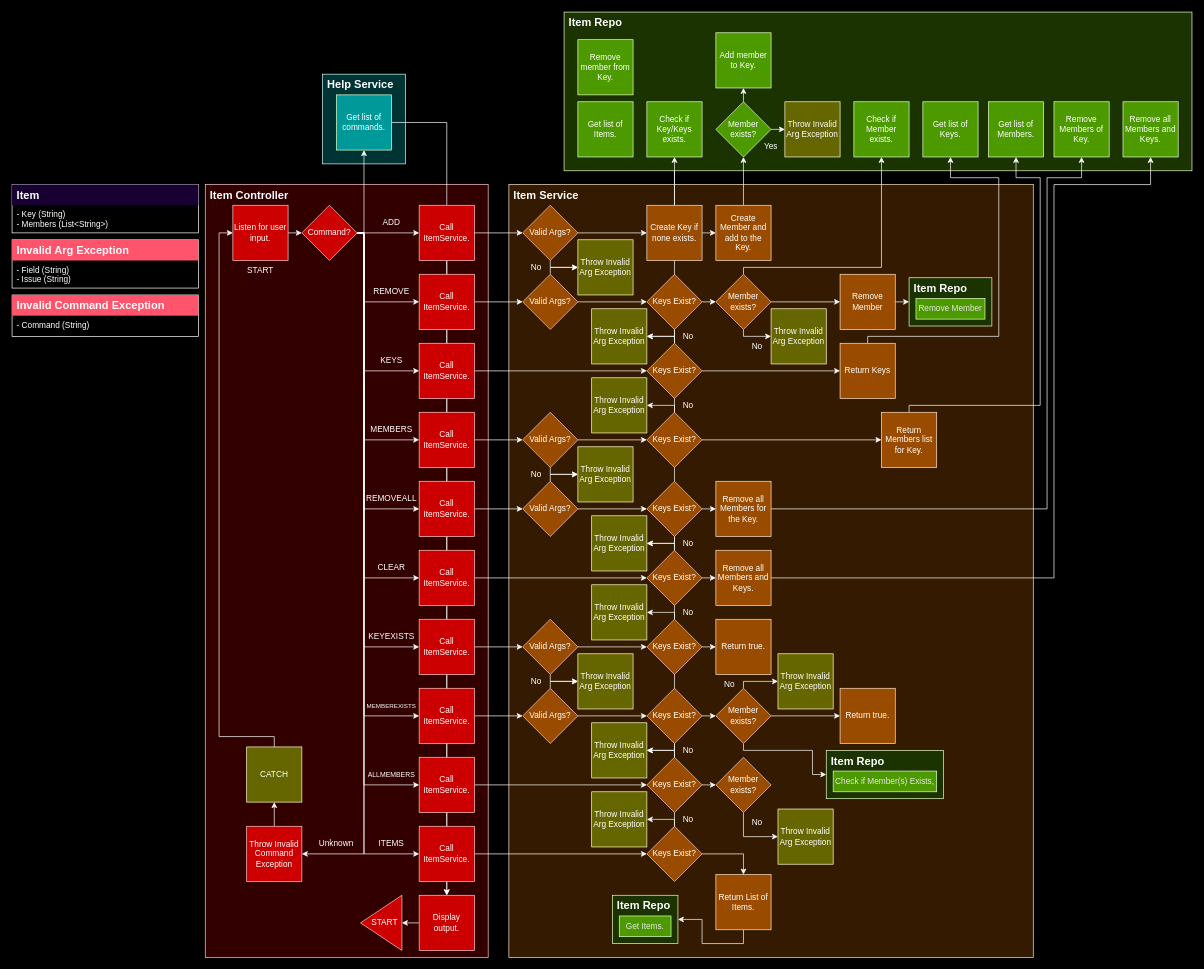
The draw.io diagram Documentation/Saves/Items.drawio in drake-pamplin/ItemDemo, before the edit. Source tidied: cells renumbered, new cells numbered last; positions are measured from the earlier drawing's top-left corner, leaving out a move shared by most shapes. Both pictures are drawn from the tidied source at 69%, with x=0, y=0 at pixel (12, 12).
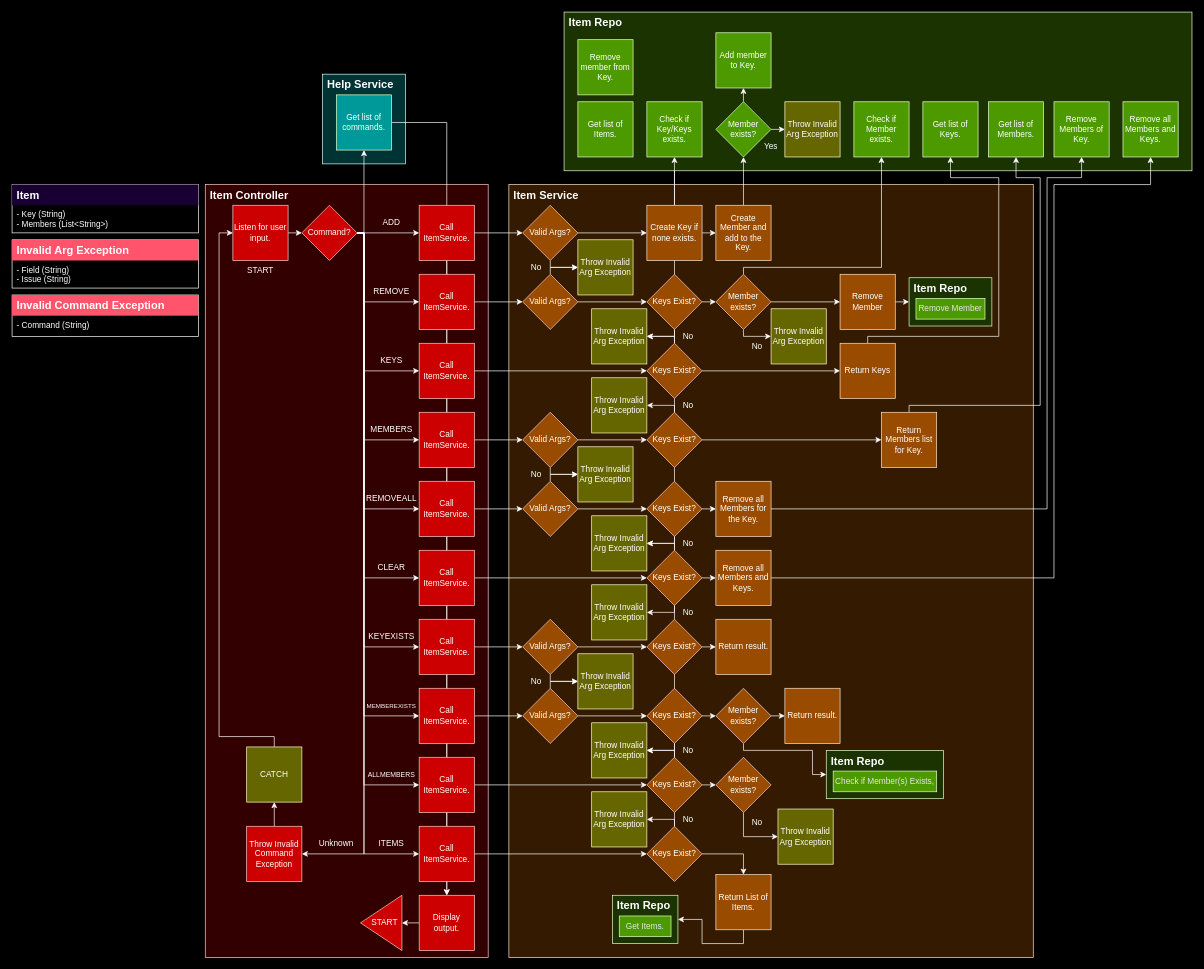
Above is the later version.

Unchanged cells that the change refers to:
```xml
<mxCell id="106" value="&lt;font color=&quot;#ffffff&quot;&gt;Keys Exist?&lt;/font&gt;" style="rhombus;whiteSpace=wrap;html=1;fillColor=#994C00;strokeColor=#FFCCCC;" parent="1" vertex="1">
  <mxGeometry x="920" y="780" width="80" height="80" as="geometry" />
</mxCell>
<mxCell id="109" value="&lt;font color=&quot;#ffffff&quot;&gt;Keys Exist?&lt;/font&gt;" style="rhombus;whiteSpace=wrap;html=1;fillColor=#994C00;strokeColor=#FFCCCC;" parent="1" vertex="1">
  <mxGeometry x="920" y="880" width="80" height="80" as="geometry" />
</mxCell>
<mxCell id="122" value="&lt;font color=&quot;#ffffff&quot;&gt;Throw Invalid Arg Exception&lt;/font&gt;" style="whiteSpace=wrap;html=1;fillColor=#666600;strokeColor=#FFFFCC;" parent="1" vertex="1">
  <mxGeometry x="840" y="830" width="80" height="80" as="geometry" />
</mxCell>
<mxCell id="166" value="&lt;font color=&quot;#ffffff&quot;&gt;Member exists?&lt;/font&gt;" style="rhombus;whiteSpace=wrap;html=1;fillColor=#994C00;strokeColor=#FFCCCC;" parent="1" vertex="1">
  <mxGeometry x="1020" y="980" width="80" height="80" as="geometry" />
</mxCell>
```

Change to the diagram source:
```diff
@@
+    <mxCell id="199" style="edgeStyle=orthogonalEdgeStyle;rounded=0;jettySize=auto;html=1;exitX=0.5;exitY=1;exitDx=0;exitDy=0;entryX=1;entryY=0.5;entryDx=0;entryDy=0;strokeColor=#FFFFFF;" parent="1" edge="1" source="106" target="122">
+      <mxGeometry relative="1" as="geometry">
+        <Array as="points">
+          <mxPoint x="960" y="870" />
+        </Array>
+      </mxGeometry>
+    </mxCell>
@@
-    <mxCell id="107" style="edgeStyle=orthogonalEdgeStyle;rounded=0;jettySize=auto;html=1;exitX=0.5;exitY=0;exitDx=0;exitDy=0;entryX=1;entryY=0.5;entryDx=0;entryDy=0;strokeColor=#FFFFFF;" parent="1" edge="1" source="109" target="122">
-      <mxGeometry relative="1" as="geometry">
-        <Array as="points">
-          <mxPoint x="960" y="870" />
-        </Array>
-      </mxGeometry>
-    </mxCell>
@@
-    <mxCell id="162" value="&lt;font color=&quot;#ffffff&quot;&gt;Return true.&lt;br&gt;&lt;/font&gt;" style="whiteSpace=wrap;html=1;fillColor=#994C00;strokeColor=#FFE6CC;" parent="1" vertex="1">
+    <mxCell id="162" value="&lt;font color=&quot;#ffffff&quot;&gt;Return result.&lt;br&gt;&lt;/font&gt;" style="whiteSpace=wrap;html=1;fillColor=#994C00;strokeColor=#FFE6CC;" parent="1" vertex="1">
       <mxGeometry x="1020" y="880" width="80" height="80" as="geometry" />
     </mxCell>
-    <mxCell id="163" style="edgeStyle=orthogonalEdgeStyle;rounded=0;jettySize=auto;html=1;exitX=0.5;exitY=0;exitDx=0;exitDy=0;entryX=0;entryY=0.5;entryDx=0;entryDy=0;strokeColor=#FFFFFF;" parent="1" edge="1" source="166" target="167">
-      <mxGeometry relative="1" as="geometry">
-        <Array as="points">
-          <mxPoint x="1060" y="970" />
-        </Array>
-      </mxGeometry>
-    </mxCell>
@@
-    <mxCell id="167" value="&lt;font color=&quot;#ffffff&quot;&gt;Throw Invalid Arg Exception&lt;/font&gt;" style="whiteSpace=wrap;html=1;fillColor=#666600;strokeColor=#FFFFCC;" parent="1" vertex="1">
-      <mxGeometry x="1110" y="930" width="80" height="80" as="geometry" />
-    </mxCell>
-    <mxCell id="168" value="No" style="text;html=1;strokeColor=none;fillColor=none;align=center;verticalAlign=middle;whiteSpace=wrap;rounded=0;fontColor=#FFFFFF;fontStyle=0;spacingLeft=0;fontSize=12;" parent="1" vertex="1">
-      <mxGeometry x="1020" y="960" width="40" height="30" as="geometry" />
-    </mxCell>
-    <mxCell id="169" value="&lt;font color=&quot;#ffffff&quot;&gt;Return true.&lt;br&gt;&lt;/font&gt;" style="whiteSpace=wrap;html=1;fillColor=#994C00;strokeColor=#FFE6CC;" parent="1" vertex="1">
-      <mxGeometry x="1200" y="980" width="80" height="80" as="geometry" />
+    <mxCell id="169" value="&lt;font color=&quot;#ffffff&quot;&gt;Return result.&lt;br&gt;&lt;/font&gt;" style="whiteSpace=wrap;html=1;fillColor=#994C00;strokeColor=#FFE6CC;" parent="1" vertex="1">
+      <mxGeometry x="1120" y="980" width="80" height="80" as="geometry" />
     </mxCell>
```
